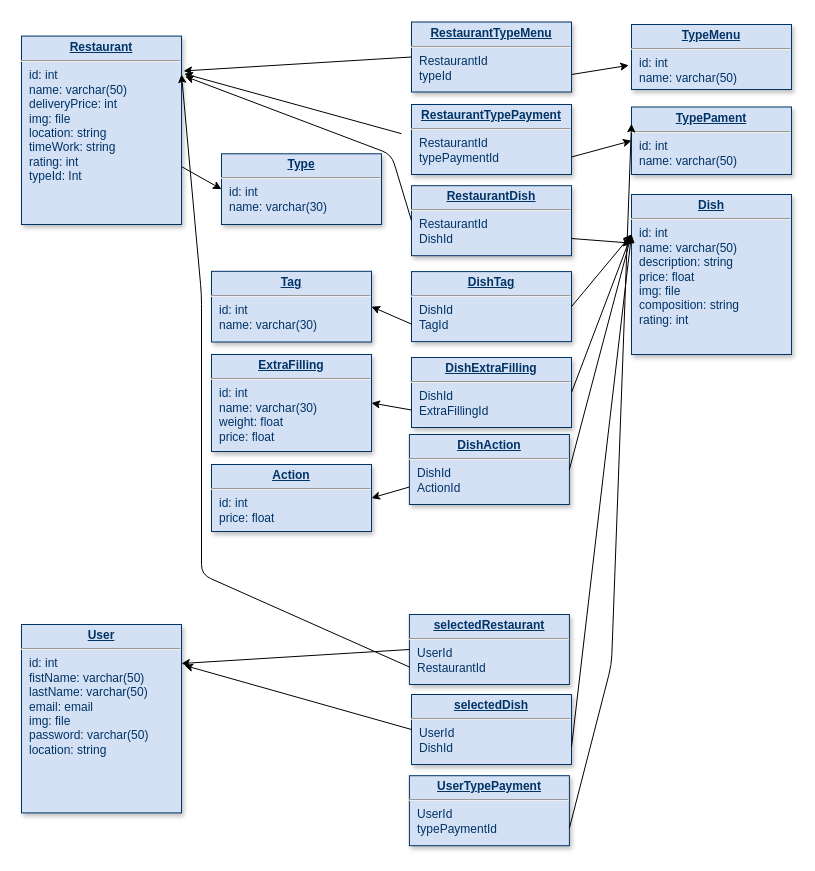
YuraBobeshko/Food keeps this draw.io diagram as Untitled Diagram.drawio. Above is the earlier version. Source tidied: cells renumbered, new cells numbered last; positions are measured from the earlier drawing's top-left corner, leaving out a move shared by most shapes. Both pictures are drawn from the tidied source at 100%, with x=0, y=0 at pixel (21, 22).
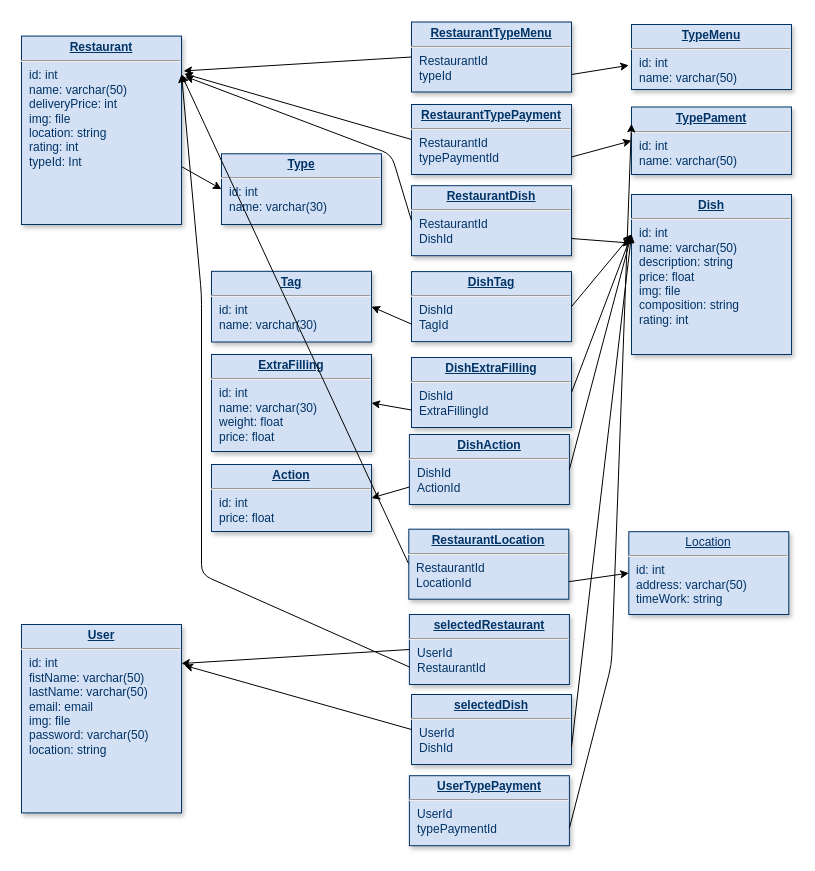
Above is the later version.

Unchanged cells that the change refers to:
```xml
<mxCell id="43" value="&lt;p style=&quot;margin: 0px ; margin-top: 4px ; text-align: center ; text-decoration: underline&quot;&gt;&lt;b&gt;&lt;u&gt;RestaurantTypePayment&lt;/u&gt;&lt;/b&gt;&lt;br&gt;&lt;/p&gt;&lt;hr&gt;&lt;p style=&quot;margin: 0px ; margin-left: 8px&quot;&gt;RestaurantId&lt;/p&gt;&lt;p style=&quot;margin: 0px ; margin-left: 8px&quot;&gt;typePaymentId&lt;/p&gt;" style="verticalAlign=top;align=left;overflow=fill;fontSize=12;fontFamily=Helvetica;html=1;strokeColor=#003366;shadow=1;fillColor=#D4E1F5;fontColor=#003366;" parent="1" vertex="1">
  <mxGeometry x="390" y="82" width="160" height="70" as="geometry" />
</mxCell>
```

Diff of the diagram source:
```diff
@@
-    <mxCell id="4" value="&lt;p style=&quot;margin: 4px 0px 0px ; text-align: center&quot;&gt;&lt;b&gt;&lt;u&gt;Restaurant&lt;/u&gt;&lt;/b&gt;&lt;br&gt;&lt;/p&gt;&lt;hr&gt;&lt;p style=&quot;margin: 0px ; margin-left: 8px&quot;&gt;id: int&lt;br&gt;name: varchar(50)&lt;br&gt;deliveryPrice: int&lt;br&gt;img: file&lt;br&gt;location: string&lt;br&gt;timeWork: string&lt;br&gt;rating: int&lt;br&gt;typeId: Int&lt;br&gt;&lt;br&gt;&lt;br&gt;&lt;/p&gt;" style="verticalAlign=top;align=left;overflow=fill;fontSize=12;fontFamily=Helvetica;html=1;strokeColor=#003366;shadow=1;fillColor=#D4E1F5;fontColor=#003366;" parent="1" vertex="1">
+    <mxCell id="4" value="&lt;p style=&quot;margin: 4px 0px 0px ; text-align: center&quot;&gt;&lt;b&gt;&lt;u&gt;Restaurant&lt;/u&gt;&lt;/b&gt;&lt;br&gt;&lt;/p&gt;&lt;hr&gt;&lt;p style=&quot;margin: 0px ; margin-left: 8px&quot;&gt;id: int&lt;br&gt;name: varchar(50)&lt;br&gt;deliveryPrice: int&lt;br&gt;img: file&lt;br&gt;location: string&lt;br&gt;rating: int&lt;br&gt;typeId: Int&lt;br&gt;&lt;br&gt;&lt;br&gt;&lt;/p&gt;" style="verticalAlign=top;align=left;overflow=fill;fontSize=12;fontFamily=Helvetica;html=1;strokeColor=#003366;shadow=1;fillColor=#D4E1F5;fontColor=#003366;" parent="1" vertex="1">
       <mxGeometry y="13.6" width="160" height="188.4" as="geometry" />
     </mxCell>
@@
-    <mxCell id="7" style="endArrow=classic;html=1;entryX=1.017;entryY=0.2;entryDx=0;entryDy=0;exitX=0;exitY=0.5;exitDx=0;exitDy=0;entryPerimeter=0;" parent="1" edge="1" target="4">
-      <mxGeometry relative="1" as="geometry">
-        <mxPoint x="380" y="111.2" as="sourcePoint" />
-      </mxGeometry>
+    <mxCell id="7" style="endArrow=classic;html=1;entryX=1.017;entryY=0.2;entryDx=0;entryDy=0;exitX=0;exitY=0.5;exitDx=0;exitDy=0;entryPerimeter=0;" parent="1" edge="1" source="43" target="4">
+      <mxGeometry relative="1" as="geometry" />
     </mxCell>
@@
+    <mxCell id="45" style="endArrow=classic;html=1;exitX=0;exitY=0.5;exitDx=0;exitDy=0;" parent="1" edge="1" source="47">
+      <mxGeometry relative="1" as="geometry">
+        <mxPoint x="160" y="52" as="targetPoint" />
+      </mxGeometry>
+    </mxCell>
+    <mxCell id="46" value="&lt;p style=&quot;margin: 0px ; margin-top: 4px ; text-align: center ; text-decoration: underline&quot;&gt;&lt;span style=&quot;text-align: left&quot;&gt;Location&lt;/span&gt;&lt;br&gt;&lt;/p&gt;&lt;hr&gt;&lt;p style=&quot;margin: 0px ; margin-left: 8px&quot;&gt;id: int&lt;br&gt;address&lt;span&gt;: varchar(50)&lt;/span&gt;&lt;/p&gt;&lt;p style=&quot;margin: 0px ; margin-left: 8px&quot;&gt;timeWork: string&lt;br&gt;&lt;/p&gt;" style="verticalAlign=top;align=left;overflow=fill;fontSize=12;fontFamily=Helvetica;html=1;strokeColor=#003366;shadow=1;fillColor=#D4E1F5;fontColor=#003366;" parent="1" vertex="1">
+      <mxGeometry x="607.3" y="509.2" width="160" height="82.8" as="geometry" />
+    </mxCell>
+    <mxCell id="47" value="&lt;p style=&quot;margin: 0px ; margin-top: 4px ; text-align: center ; text-decoration: underline&quot;&gt;&lt;b&gt;&lt;u&gt;RestaurantLocation&lt;/u&gt;&lt;/b&gt;&lt;br&gt;&lt;/p&gt;&lt;hr&gt;&lt;p style=&quot;margin: 0px ; margin-left: 8px&quot;&gt;RestaurantId&lt;/p&gt;&lt;p style=&quot;margin: 0px ; margin-left: 8px&quot;&gt;LocationId&lt;/p&gt;" style="verticalAlign=top;align=left;overflow=fill;fontSize=12;fontFamily=Helvetica;html=1;strokeColor=#003366;shadow=1;fillColor=#D4E1F5;fontColor=#003366;" parent="1" vertex="1">
+      <mxGeometry x="387.3" y="506.7" width="160" height="70" as="geometry" />
+    </mxCell>
+    <mxCell id="48" style="endArrow=classic;html=1;entryX=0;entryY=0.5;entryDx=0;entryDy=0;exitX=1;exitY=0.75;exitDx=0;exitDy=0;" parent="1" edge="1" source="47" target="46">
+      <mxGeometry relative="1" as="geometry" />
+    </mxCell>
```
